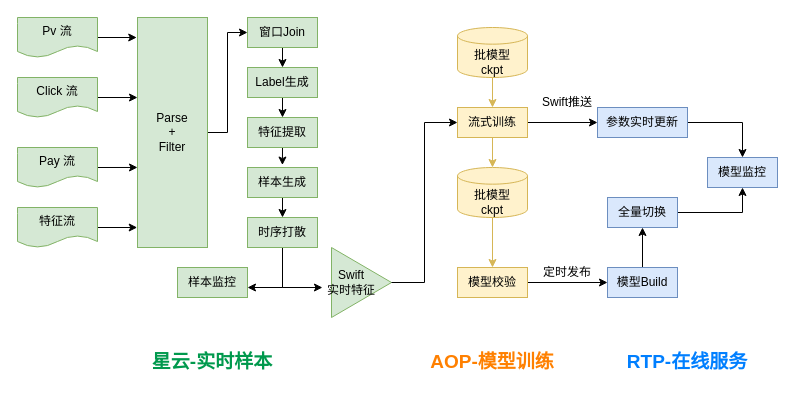
Above: ODL服务流程图.drawio in cosinalee/HeteroGraph (draw.io), before the change. Source tidied: cells renumbered, new cells numbered last; positions are measured from the earlier drawing's top-left corner, leaving out a move shared by most shapes. Both pictures are drawn from the tidied source at 100%, with x=0, y=0 at pixel (17, 17).
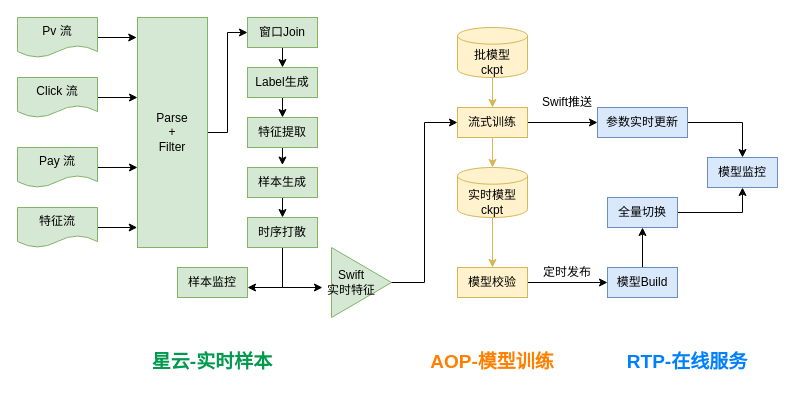
The same page after the edit.

Commit message:
更新ODL服务流程图.drawio

The change refers to these unchanged cells:
```xml
<mxCell id="33" style="group;" parent="1" vertex="1">
  <mxGeometry x="440" y="150" width="70" height="50" as="geometry" />
</mxCell>
```

The edit, as a diff of the source:
```diff
@@
-    <mxCell id="35" value="批模型&lt;br&gt;ckpt" style="text;html=1;strokeColor=none;fillColor=none;align=center;verticalAlign=middle;whiteSpace=wrap;rounded=0;" parent="33" vertex="1">
+    <mxCell id="35" value="实时模型&lt;br&gt;ckpt" style="text;html=1;strokeColor=none;fillColor=none;align=center;verticalAlign=middle;whiteSpace=wrap;rounded=0;" parent="33" vertex="1">
       <mxGeometry x="5" y="20" width="60" height="30" as="geometry" />
     </mxCell>
```
